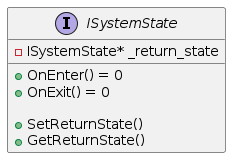
RobertDeBiro/Cpp_Programs keeps this PlantUML diagram as Companies/Ronna/Images/Diagrams/Class_diagrams/rtkcontrol/ISystemState.png. Above is the earlier version. Its diagram source:
```plantuml
@startuml ISystemState

interface ISystemState
{
    -ISystemState* _return_state

    +OnEnter() = 0
    +OnExit() = 0

    +SetReturnState()
    +GetReturnState()
}

@enduml
```
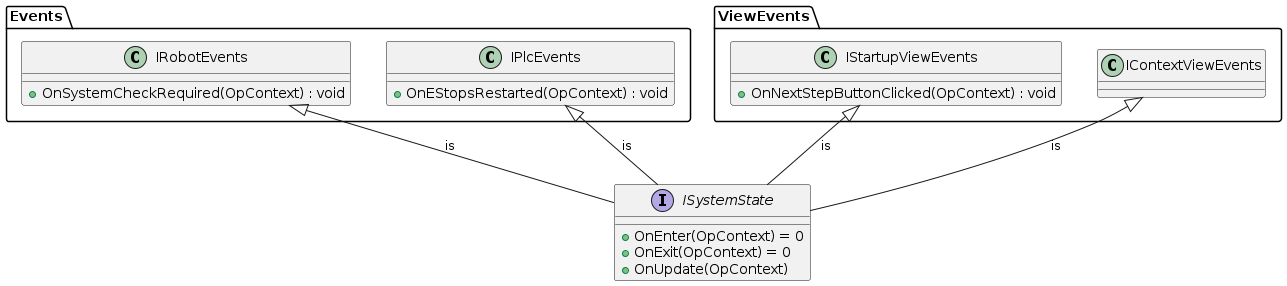
After the commit.

Diff of the diagram source:
```diff
@@ -1,14 +1,20 @@
 @startuml ISystemState
+
+!include Events/IPlcEvents.puml
+!include Events/IRobotEvents.puml
+!include ViewEvents/IContextViewEvents.puml
+!include ViewEvents/IStartupViewEvents.puml
 
 interface ISystemState
 {
-    -ISystemState* _return_state
-
-    +OnEnter() = 0
-    +OnExit() = 0
-
-    +SetReturnState()
-    +GetReturnState()
+    +OnEnter(OpContext) = 0
+    +OnExit(OpContext) = 0
+    +OnUpdate(OpContext)
 }
 
+ISystemState --up|> IContextViewEvents : is
+ISystemState --up|> IStartupViewEvents : is
+ISystemState --up|> IPlcEvents : is
+ISystemState --up|> IRobotEvents : is
+
 @enduml
```
